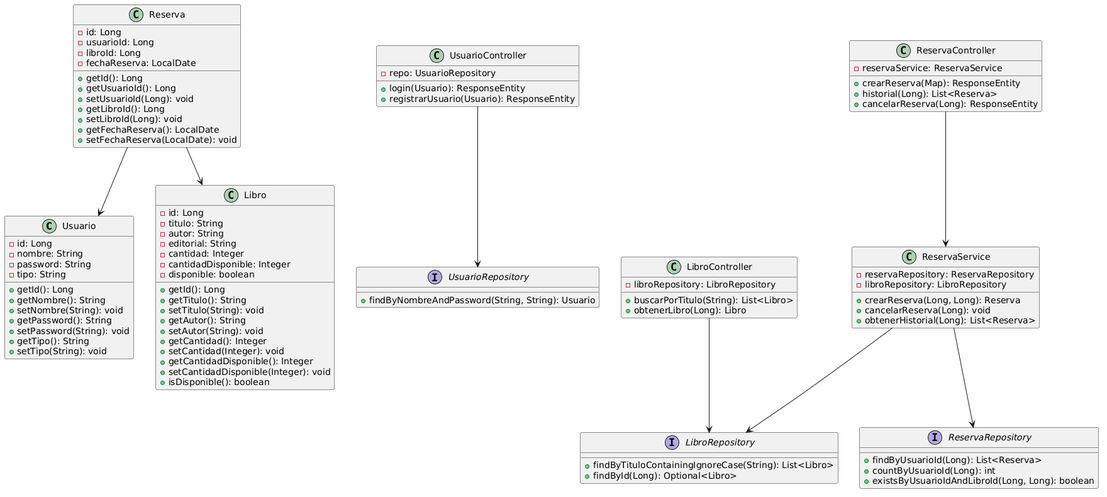
Before: src/main/java/com/biblioteca/diagramas/Clases/Diagrama de clases.png, a diagram exported from PlantUML (Jexx16/BibliotecaOnline).
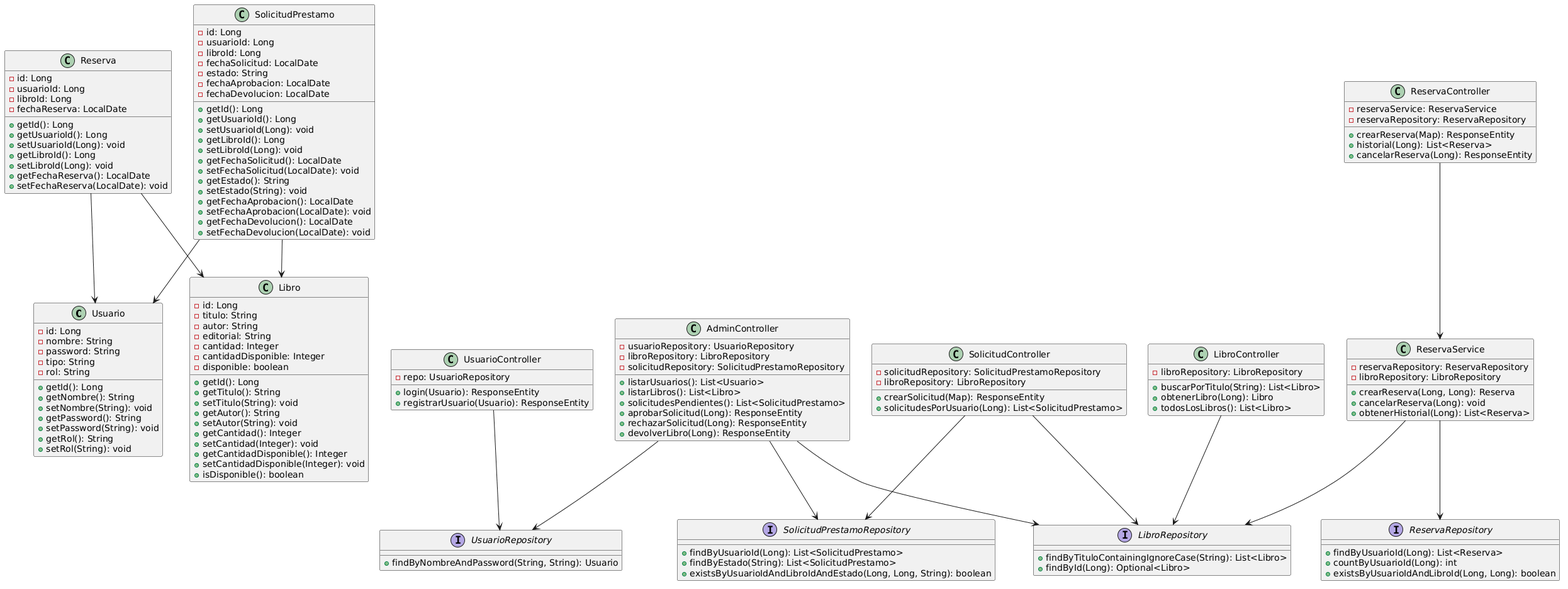
Above is the later version.

What changed in the source:
```diff
@@ -4,13 +4,14 @@
   - nombre: String
   - password: String
   - tipo: String
+  - rol: String
   + getId(): Long
   + getNombre(): String
   + setNombre(String): void
   + getPassword(): String
   + setPassword(String): void
-  + getTipo(): String
-  + setTipo(String): void
+  + getRol(): String
+  + setRol(String): void
 }
 
 class Libro {
@@ -47,6 +48,29 @@
   + setFechaReserva(LocalDate): void
 }
 
+class SolicitudPrestamo {
+  - id: Long
+  - usuarioId: Long
+  - libroId: Long
+  - fechaSolicitud: LocalDate
+  - estado: String
+  - fechaAprobacion: LocalDate
+  - fechaDevolucion: LocalDate
+  + getId(): Long
+  + getUsuarioId(): Long
+  + setUsuarioId(Long): void
+  + getLibroId(): Long
+  + setLibroId(Long): void
+  + getFechaSolicitud(): LocalDate
+  + setFechaSolicitud(LocalDate): void
+  + getEstado(): String
+  + setEstado(String): void
+  + getFechaAprobacion(): LocalDate
+  + setFechaAprobacion(LocalDate): void
+  + getFechaDevolucion(): LocalDate
+  + setFechaDevolucion(LocalDate): void
+}
+
 class UsuarioController {
   - repo: UsuarioRepository
   + login(Usuario): ResponseEntity
@@ -57,13 +81,34 @@
   - libroRepository: LibroRepository
   + buscarPorTitulo(String): List<Libro>
   + obtenerLibro(Long): Libro
+  + todosLosLibros(): List<Libro>
 }
 
 class ReservaController {
   - reservaService: ReservaService
+  - reservaRepository: ReservaRepository
   + crearReserva(Map): ResponseEntity
   + historial(Long): List<Reserva>
   + cancelarReserva(Long): ResponseEntity
+}
+
+class SolicitudController {
+  - solicitudRepository: SolicitudPrestamoRepository
+  - libroRepository: LibroRepository
+  + crearSolicitud(Map): ResponseEntity
+  + solicitudesPorUsuario(Long): List<SolicitudPrestamo>
+}
+
+class AdminController {
+  - usuarioRepository: UsuarioRepository
+  - libroRepository: LibroRepository
+  - solicitudRepository: SolicitudPrestamoRepository
+  + listarUsuarios(): List<Usuario>
+  + listarLibros(): List<Libro>
+  + solicitudesPendientes(): List<SolicitudPrestamo>
+  + aprobarSolicitud(Long): ResponseEntity
+  + rechazarSolicitud(Long): ResponseEntity
+  + devolverLibro(Long): ResponseEntity
 }
 
 class ReservaService {
@@ -89,11 +134,24 @@
   + existsByUsuarioIdAndLibroId(Long, Long): boolean
 }
 
+interface SolicitudPrestamoRepository {
+  + findByUsuarioId(Long): List<SolicitudPrestamo>
+  + findByEstado(String): List<SolicitudPrestamo>
+  + existsByUsuarioIdAndLibroIdAndEstado(Long, Long, String): boolean
+}
+
 UsuarioController --> UsuarioRepository
 LibroController --> LibroRepository
 ReservaController --> ReservaService
 ReservaService --> ReservaRepository
 ReservaService --> LibroRepository
+SolicitudController --> SolicitudPrestamoRepository
+SolicitudController --> LibroRepository
+AdminController --> UsuarioRepository
+AdminController --> LibroRepository
+AdminController --> SolicitudPrestamoRepository
 Reserva --> Usuario
 Reserva --> Libro
+SolicitudPrestamo --> Usuario
+SolicitudPrestamo --> Libro
 @enduml
```
